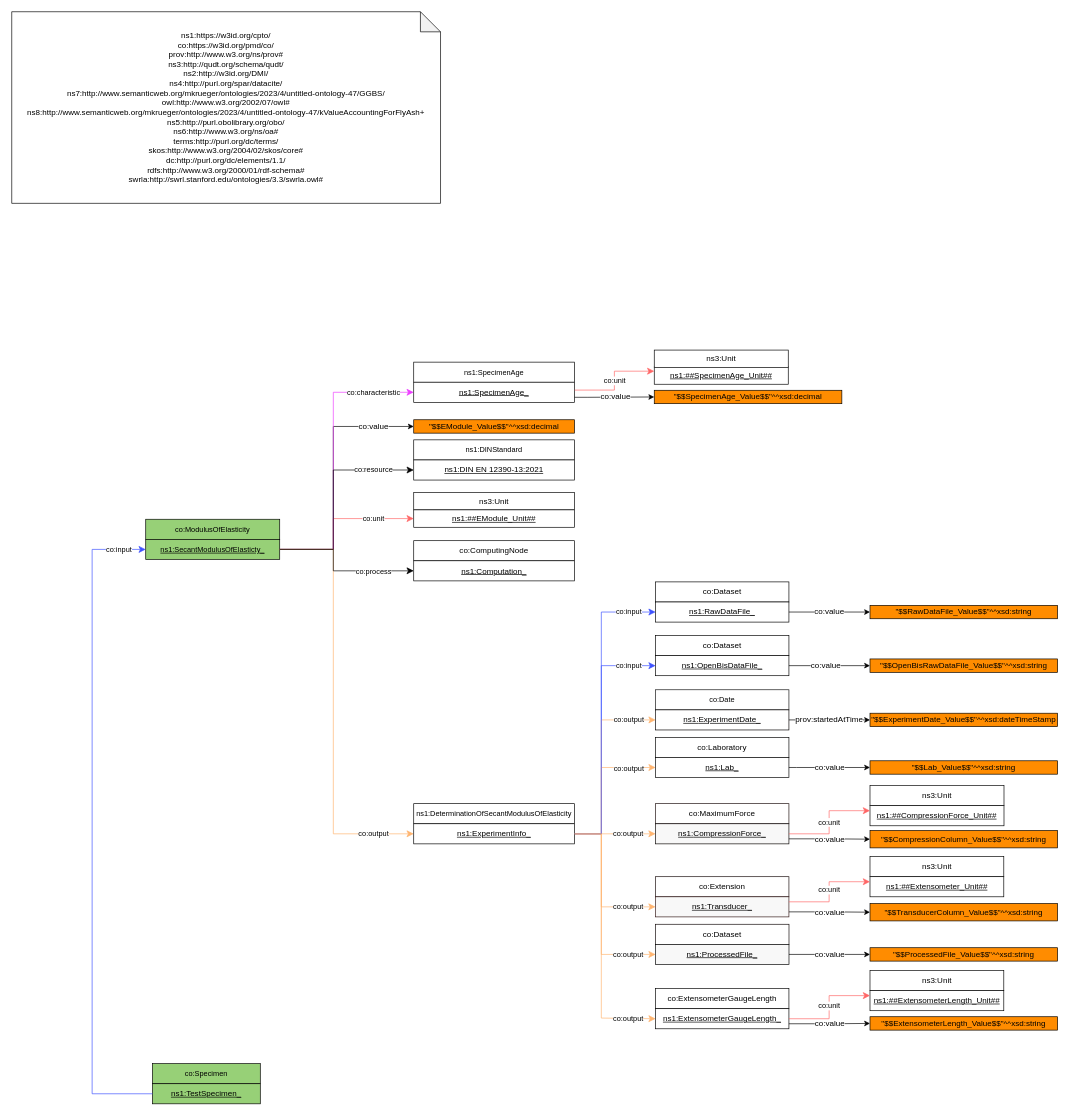
BAMresearch/LebeDigital keeps this draw.io diagram as lebedigital/ConcreteOntology/EModuleOntology_KG_Template.drawio. Above is the earlier version. Source tidied: cells renumbered, new cells numbered last; positions are measured from the earlier drawing's top-left corner, leaving out a move shared by most shapes. Both pictures are drawn from the tidied source at 67%, with x=0, y=0 at pixel (11, 11).
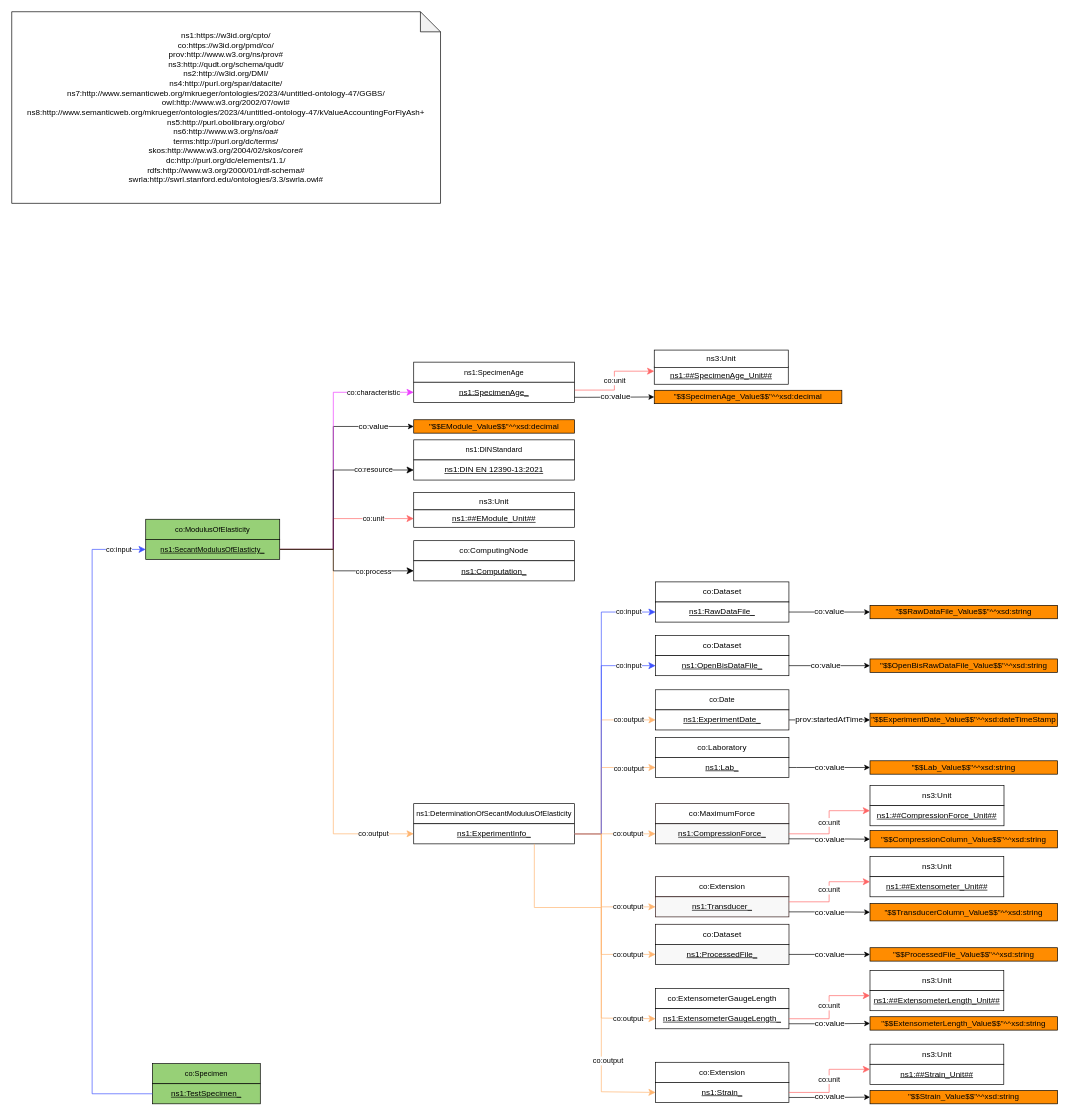
The same diagram, later.

Unchanged cells that the change refers to:
```xml
<mxCell id="44" value="&lt;u style=&quot;font-size: 12px&quot;&gt;ns1:&lt;/u&gt;&lt;u&gt;&lt;font style=&quot;font-size: 12px&quot;&gt;ExperimentInfo_&lt;/font&gt;&lt;/u&gt;" style="rounded=0;whiteSpace=wrap;html=1;snapToPoint=1;fontSize=11;" parent="1" vertex="1">
  <mxGeometry x="600" y="1212" width="240" height="30" as="geometry" />
</mxCell>
```

Diff of the diagram source:
```diff
@@
+    <mxCell id="79" value="co:Extension" style="rounded=0;whiteSpace=wrap;html=1;fillColor=#FFFFFF;" parent="1" vertex="1">
+      <mxGeometry x="961" y="1568" width="199" height="30" as="geometry" />
+    </mxCell>
+    <mxCell id="80" value="&lt;u&gt;ns1:Strain_&lt;/u&gt;" style="rounded=0;whiteSpace=wrap;html=1;snapToPoint=1;" parent="1" vertex="1">
+      <mxGeometry x="961" y="1598" width="199" height="30" as="geometry" />
+    </mxCell>
+    <mxCell id="81" value="co:value" style="edgeStyle=orthogonalEdgeStyle;rounded=0;jettySize=auto;html=1;exitX=1;exitY=0.75;exitDx=0;exitDy=0;fontSize=12;entryX=0;entryY=0.5;entryDx=0;entryDy=0;" parent="1" edge="1" source="80" target="82">
+      <mxGeometry y="110" as="geometry" />
+    </mxCell>
+    <mxCell id="82" value="&quot;$$Strain_Value$$&quot;^^xsd:string" style="rounded=0;whiteSpace=wrap;html=1;snapToPoint=1;shadow=0;glass=0;sketch=0;strokeColor=default;fontSize=12;fillColor=#FF8C00;" parent="1" vertex="1">
+      <mxGeometry x="1281" y="1610" width="280" height="20" as="geometry" />
+    </mxCell>
+    <mxCell id="83" value="ns3:Unit" style="rounded=0;whiteSpace=wrap;html=1;fillColor=#FFFFFF;" parent="1" vertex="1">
+      <mxGeometry x="1281" y="1541" width="199.7" height="30" as="geometry" />
+    </mxCell>
+    <mxCell id="84" value="&lt;u&gt;ns1:##Strain_Unit##&lt;/u&gt;" style="rounded=0;whiteSpace=wrap;html=1;snapToPoint=1;fillColor=#FFFFFF;" parent="1" vertex="1">
+      <mxGeometry x="1281" y="1571" width="199.7" height="30" as="geometry" />
+    </mxCell>
+    <mxCell id="85" value="co:unit" style="endArrow=classic;html=1;exitX=1;exitY=0.5;exitDx=0;exitDy=0;entryX=0;entryY=0.25;entryDx=0;entryDy=0;endSize=8;arcSize=0;edgeStyle=orthogonalEdgeStyle;fillColor=#FFFFFF;strokeColor=#FF6666;" parent="1" edge="1" source="80" target="84">
+      <mxGeometry y="110" as="geometry">
+        <Array as="points">
+          <mxPoint x="1220" y="1613" />
+          <mxPoint x="1220" y="1579" />
+          <mxPoint x="1281" y="1579" />
+        </Array>
+        <mxPoint x="-1" y="-2" as="offset" />
+      </mxGeometry>
+    </mxCell>
+    <mxCell id="86" value="co:output" style="endArrow=classic;html=1;endSize=8;arcSize=0;edgeStyle=orthogonalEdgeStyle;exitX=0.75;exitY=1;exitDx=0;exitDy=0;entryX=0;entryY=0.5;entryDx=0;entryDy=0;fillColor=#FFFFFF;strokeColor=#FFB570;" parent="1" edge="1" source="44" target="80">
+      <mxGeometry y="110" as="geometry">
+        <Array as="points">
+          <mxPoint x="780" y="1337" />
+          <mxPoint x="880" y="1337" />
+          <mxPoint x="880" y="1612" />
+        </Array>
+        <mxPoint x="19" y="138" as="offset" />
+      </mxGeometry>
+    </mxCell>
```
